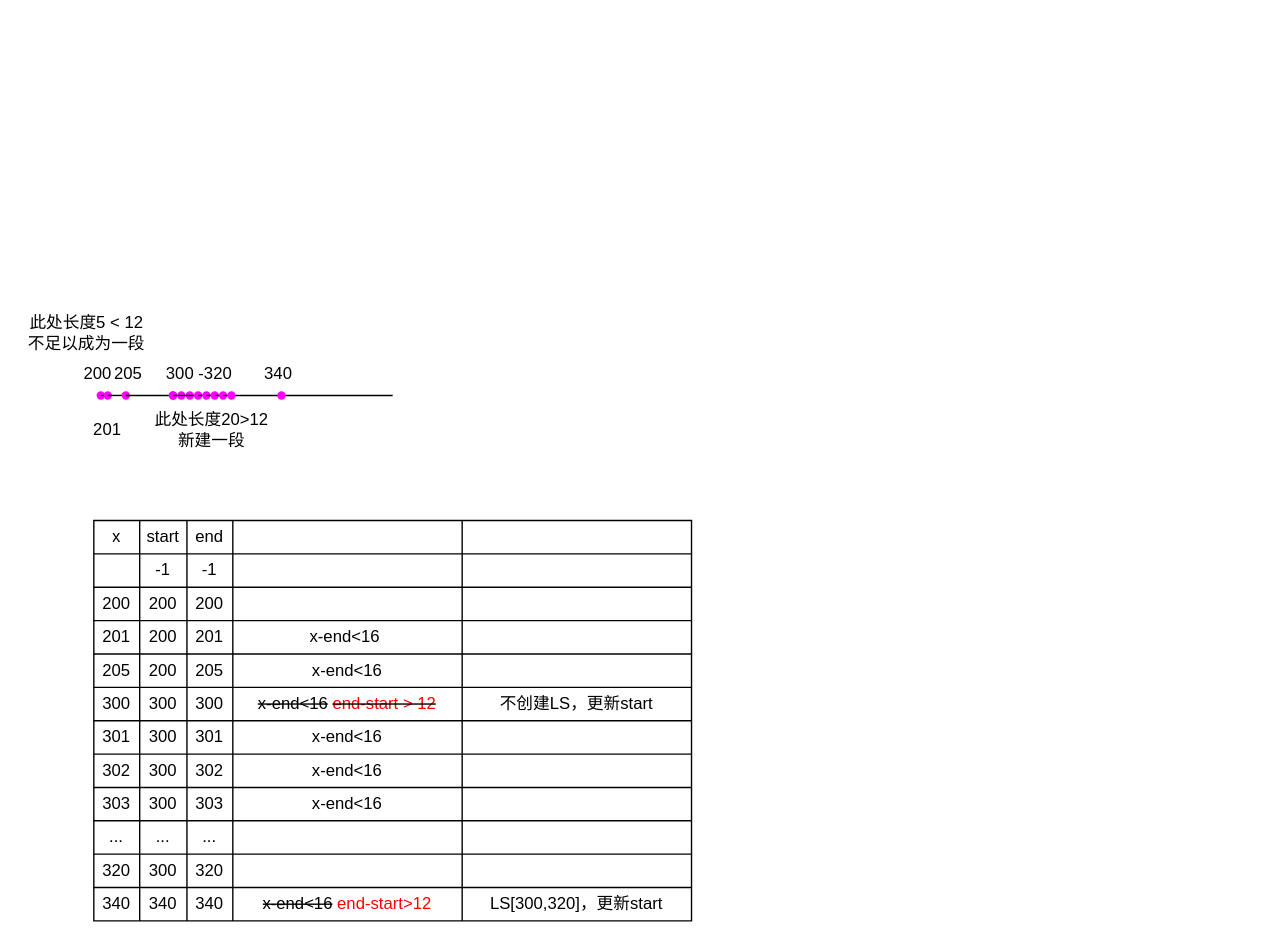
Above: page "第 3 页" (3 of 3) of FollowRoute.drawio in YannieCheung/ArchitectureDiagram (draw.io), before the change. Source tidied: cells renumbered, new cells numbered last; positions are measured from the earlier drawing's top-left corner, leaving out a move shared by most shapes. Both pictures are drawn from the tidied source at 139%, with x=0, y=0 at pixel (24, 311).
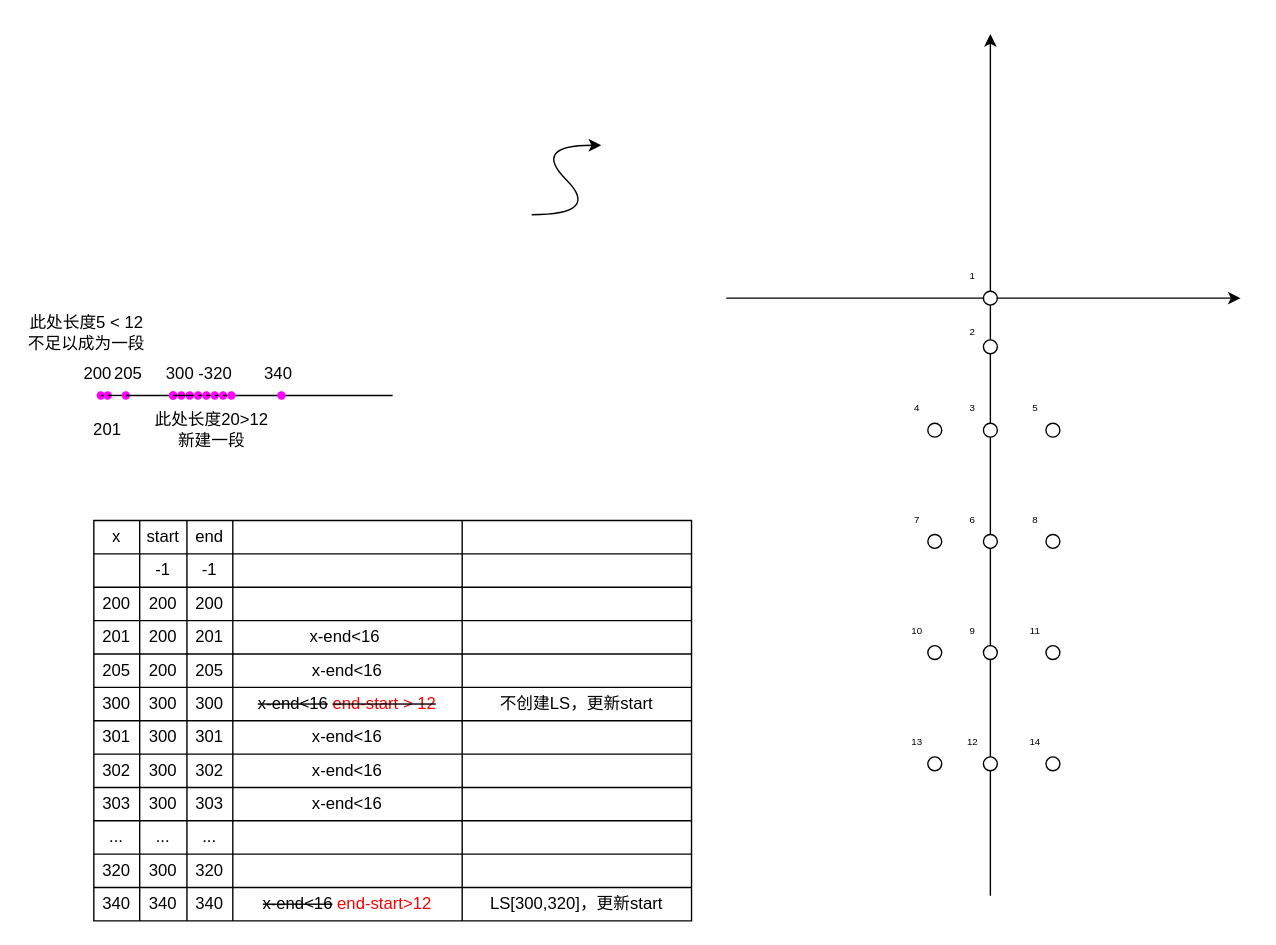
Above is the later version.

Diff of the diagram source:
```diff
@@
+    <mxCell id="104" style="endArrow=classic;html=1;rounded=0;" parent="1" edge="1">
+      <mxGeometry relative="1" as="geometry">
+        <mxPoint x="505" y="-10" as="sourcePoint" />
+        <mxPoint x="875" y="-10" as="targetPoint" />
+      </mxGeometry>
+    </mxCell>
+    <mxCell id="105" style="endArrow=classic;html=1;rounded=0;" parent="1" edge="1">
+      <mxGeometry relative="1" as="geometry">
+        <mxPoint x="695" y="420" as="sourcePoint" />
+        <mxPoint x="695" y="-200" as="targetPoint" />
+      </mxGeometry>
+    </mxCell>
+    <mxCell id="106" style="ellipse;whiteSpace=wrap;html=1;" parent="1" vertex="1">
+      <mxGeometry x="690" y="20" width="10" height="10" as="geometry" />
+    </mxCell>
+    <mxCell id="107" style="ellipse;whiteSpace=wrap;html=1;" parent="1" vertex="1">
+      <mxGeometry x="690" y="-15" width="10" height="10" as="geometry" />
+    </mxCell>
+    <mxCell id="108" style="ellipse;whiteSpace=wrap;html=1;" parent="1" vertex="1">
+      <mxGeometry x="690" y="80" width="10" height="10" as="geometry" />
+    </mxCell>
+    <mxCell id="109" style="ellipse;whiteSpace=wrap;html=1;" parent="1" vertex="1">
+      <mxGeometry x="650" y="80" width="10" height="10" as="geometry" />
+    </mxCell>
+    <mxCell id="110" style="curved=1;endArrow=classic;html=1;rounded=0;" parent="1" edge="1">
+      <mxGeometry relative="1" as="geometry">
+        <mxPoint x="365" y="-70" as="sourcePoint" />
+        <mxPoint x="415" y="-120" as="targetPoint" />
+        <Array as="points">
+          <mxPoint x="415" y="-70" />
+          <mxPoint x="365" y="-120" />
+        </Array>
+      </mxGeometry>
+    </mxCell>
+    <mxCell id="111" value="1" style="text;html=1;align=center;verticalAlign=middle;whiteSpace=wrap;rounded=0;fontSize=7;" parent="1" vertex="1">
+      <mxGeometry x="675" y="-35" width="15" height="20" as="geometry" />
+    </mxCell>
+    <mxCell id="112" value="2" style="text;html=1;align=center;verticalAlign=middle;whiteSpace=wrap;rounded=0;fontSize=7;" parent="1" vertex="1">
+      <mxGeometry x="675" y="5" width="15" height="20" as="geometry" />
+    </mxCell>
+    <mxCell id="113" value="3" style="text;html=1;align=center;verticalAlign=middle;whiteSpace=wrap;rounded=0;fontSize=7;" parent="1" vertex="1">
+      <mxGeometry x="675" y="60" width="15" height="20" as="geometry" />
+    </mxCell>
+    <mxCell id="114" value="4" style="text;html=1;align=center;verticalAlign=middle;whiteSpace=wrap;rounded=0;fontSize=7;" parent="1" vertex="1">
+      <mxGeometry x="635" y="60" width="15" height="20" as="geometry" />
+    </mxCell>
+    <mxCell id="115" style="ellipse;whiteSpace=wrap;html=1;" parent="1" vertex="1">
+      <mxGeometry x="735" y="80" width="10" height="10" as="geometry" />
+    </mxCell>
+    <mxCell id="116" value="5" style="text;html=1;align=center;verticalAlign=middle;whiteSpace=wrap;rounded=0;fontSize=7;" parent="1" vertex="1">
+      <mxGeometry x="720" y="60" width="15" height="20" as="geometry" />
+    </mxCell>
+    <mxCell id="117" style="ellipse;whiteSpace=wrap;html=1;" parent="1" vertex="1">
+      <mxGeometry x="690" y="160" width="10" height="10" as="geometry" />
+    </mxCell>
+    <mxCell id="118" value="6" style="text;html=1;align=center;verticalAlign=middle;whiteSpace=wrap;rounded=0;fontSize=7;" parent="1" vertex="1">
+      <mxGeometry x="675" y="140" width="15" height="20" as="geometry" />
+    </mxCell>
+    <mxCell id="119" style="ellipse;whiteSpace=wrap;html=1;" parent="1" vertex="1">
+      <mxGeometry x="650" y="160" width="10" height="10" as="geometry" />
+    </mxCell>
+    <mxCell id="120" value="7" style="text;html=1;align=center;verticalAlign=middle;whiteSpace=wrap;rounded=0;fontSize=7;" parent="1" vertex="1">
+      <mxGeometry x="635" y="140" width="15" height="20" as="geometry" />
+    </mxCell>
+    <mxCell id="121" style="ellipse;whiteSpace=wrap;html=1;" parent="1" vertex="1">
+      <mxGeometry x="735" y="160" width="10" height="10" as="geometry" />
+    </mxCell>
+    <mxCell id="122" value="8" style="text;html=1;align=center;verticalAlign=middle;whiteSpace=wrap;rounded=0;fontSize=7;" parent="1" vertex="1">
+      <mxGeometry x="720" y="140" width="15" height="20" as="geometry" />
+    </mxCell>
+    <mxCell id="123" style="ellipse;whiteSpace=wrap;html=1;" parent="1" vertex="1">
+      <mxGeometry x="690" y="240" width="10" height="10" as="geometry" />
+    </mxCell>
+    <mxCell id="124" value="9" style="text;html=1;align=center;verticalAlign=middle;whiteSpace=wrap;rounded=0;fontSize=7;" parent="1" vertex="1">
+      <mxGeometry x="675" y="220" width="15" height="20" as="geometry" />
+    </mxCell>
+    <mxCell id="125" style="ellipse;whiteSpace=wrap;html=1;" parent="1" vertex="1">
+      <mxGeometry x="650" y="240" width="10" height="10" as="geometry" />
+    </mxCell>
+    <mxCell id="126" value="10" style="text;html=1;align=center;verticalAlign=middle;whiteSpace=wrap;rounded=0;fontSize=7;" parent="1" vertex="1">
+      <mxGeometry x="635" y="220" width="15" height="20" as="geometry" />
+    </mxCell>
+    <mxCell id="127" style="ellipse;whiteSpace=wrap;html=1;" parent="1" vertex="1">
+      <mxGeometry x="735" y="240" width="10" height="10" as="geometry" />
+    </mxCell>
+    <mxCell id="128" value="11" style="text;html=1;align=center;verticalAlign=middle;whiteSpace=wrap;rounded=0;fontSize=7;" parent="1" vertex="1">
+      <mxGeometry x="720" y="220" width="15" height="20" as="geometry" />
+    </mxCell>
+    <mxCell id="129" style="ellipse;whiteSpace=wrap;html=1;" parent="1" vertex="1">
+      <mxGeometry x="690" y="320" width="10" height="10" as="geometry" />
+    </mxCell>
+    <mxCell id="130" value="12" style="text;html=1;align=center;verticalAlign=middle;whiteSpace=wrap;rounded=0;fontSize=7;" parent="1" vertex="1">
+      <mxGeometry x="675" y="300" width="15" height="20" as="geometry" />
+    </mxCell>
+    <mxCell id="131" style="ellipse;whiteSpace=wrap;html=1;" parent="1" vertex="1">
+      <mxGeometry x="650" y="320" width="10" height="10" as="geometry" />
+    </mxCell>
+    <mxCell id="132" value="13" style="text;html=1;align=center;verticalAlign=middle;whiteSpace=wrap;rounded=0;fontSize=7;" parent="1" vertex="1">
+      <mxGeometry x="635" y="300" width="15" height="20" as="geometry" />
+    </mxCell>
+    <mxCell id="133" style="ellipse;whiteSpace=wrap;html=1;" parent="1" vertex="1">
+      <mxGeometry x="735" y="320" width="10" height="10" as="geometry" />
+    </mxCell>
+    <mxCell id="134" value="14" style="text;html=1;align=center;verticalAlign=middle;whiteSpace=wrap;rounded=0;fontSize=7;" parent="1" vertex="1">
+      <mxGeometry x="720" y="300" width="15" height="20" as="geometry" />
+    </mxCell>
```
